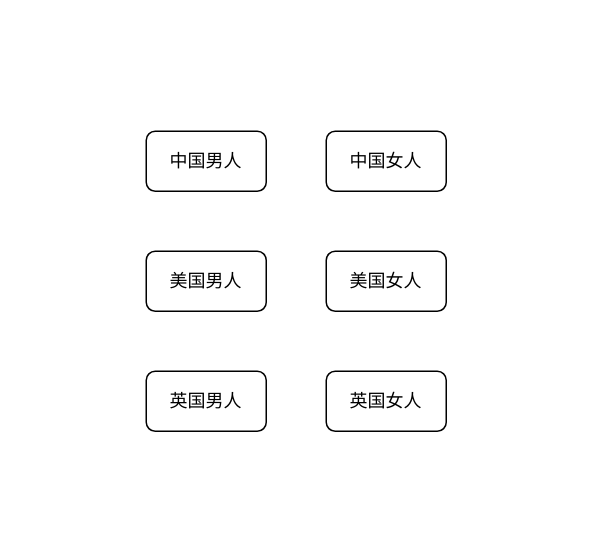
BIgConfused/draw_img keeps this draw.io diagram as GOF23/抽象工厂模式.drawio. Above is the earlier version. Source tidied: cells renumbered, new cells numbered last; positions are measured from the earlier drawing's top-left corner, leaving out a move shared by most shapes. Both pictures are drawn from the tidied source at 150%, with x=0, y=0 at pixel (146, 130).
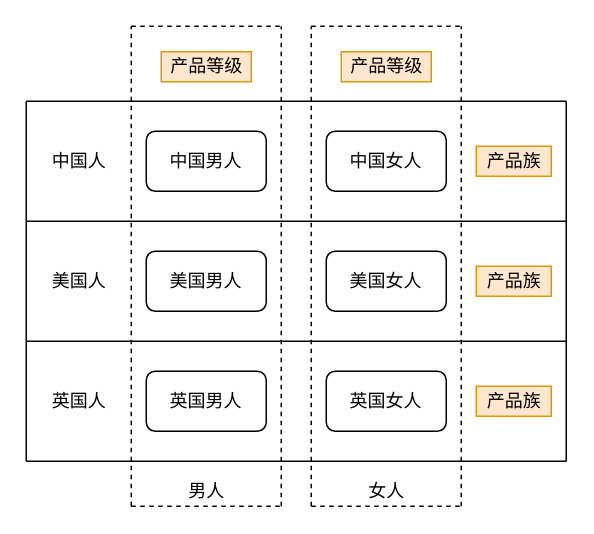
The same diagram, later.

Commit message (it also covers changes not shown here):
更新抽象工厂模式.drawio

Diff of the diagram source:
```diff
@@
+    <mxCell id="8" style="endArrow=none;dashed=1;html=1;" parent="1" edge="1">
+      <mxGeometry relative="1" as="geometry">
+        <mxPoint x="-10" y="250" as="sourcePoint" />
+        <mxPoint x="-10" y="-70" as="targetPoint" />
+      </mxGeometry>
+    </mxCell>
+    <mxCell id="9" style="endArrow=none;dashed=1;html=1;" parent="1" edge="1">
+      <mxGeometry relative="1" as="geometry">
+        <mxPoint x="-10" y="-70" as="sourcePoint" />
+        <mxPoint x="90" y="-70" as="targetPoint" />
+      </mxGeometry>
+    </mxCell>
+    <mxCell id="10" style="endArrow=none;dashed=1;html=1;" parent="1" edge="1">
+      <mxGeometry relative="1" as="geometry">
+        <mxPoint x="90" y="250" as="sourcePoint" />
+        <mxPoint x="90" y="-70" as="targetPoint" />
+      </mxGeometry>
+    </mxCell>
+    <mxCell id="11" style="endArrow=none;dashed=1;html=1;" parent="1" edge="1">
+      <mxGeometry relative="1" as="geometry">
+        <mxPoint x="-10" y="250" as="sourcePoint" />
+        <mxPoint x="90" y="250" as="targetPoint" />
+      </mxGeometry>
+    </mxCell>
+    <mxCell id="12" style="endArrow=none;dashed=1;html=1;" parent="1" edge="1">
+      <mxGeometry relative="1" as="geometry">
+        <mxPoint x="110" y="-70" as="sourcePoint" />
+        <mxPoint x="210" y="-70" as="targetPoint" />
+      </mxGeometry>
+    </mxCell>
+    <mxCell id="13" style="endArrow=none;dashed=1;html=1;" parent="1" edge="1">
+      <mxGeometry relative="1" as="geometry">
+        <mxPoint x="110" y="250" as="sourcePoint" />
+        <mxPoint x="110" y="-70" as="targetPoint" />
+      </mxGeometry>
+    </mxCell>
+    <mxCell id="14" style="endArrow=none;dashed=1;html=1;" parent="1" edge="1">
+      <mxGeometry relative="1" as="geometry">
+        <mxPoint x="210" y="250" as="sourcePoint" />
+        <mxPoint x="210" y="-70" as="targetPoint" />
+      </mxGeometry>
+    </mxCell>
+    <mxCell id="15" style="endArrow=none;dashed=1;html=1;" parent="1" edge="1">
+      <mxGeometry relative="1" as="geometry">
+        <mxPoint x="110" y="250" as="sourcePoint" />
+        <mxPoint x="210" y="250" as="targetPoint" />
+      </mxGeometry>
+    </mxCell>
+    <mxCell id="16" value="产品等级" style="text;html=1;align=center;verticalAlign=middle;fillColor=#ffe6cc;strokeColor=#d79b00;" parent="1" vertex="1">
+      <mxGeometry x="10" y="-53" width="60" height="20" as="geometry" />
+    </mxCell>
+    <mxCell id="17" value="产品等级" style="text;html=1;align=center;verticalAlign=middle;fillColor=#ffe6cc;strokeColor=#d79b00;" parent="1" vertex="1">
+      <mxGeometry x="130" y="-53" width="60" height="20" as="geometry" />
+    </mxCell>
+    <mxCell id="18" style="endArrow=none;html=1;" parent="1" edge="1">
+      <mxGeometry relative="1" as="geometry">
+        <mxPoint x="-80" y="-20" as="sourcePoint" />
+        <mxPoint x="280" y="-20" as="targetPoint" />
+      </mxGeometry>
+    </mxCell>
+    <mxCell id="19" style="endArrow=none;html=1;" parent="1" edge="1">
+      <mxGeometry relative="1" as="geometry">
+        <mxPoint x="-80" y="60" as="sourcePoint" />
+        <mxPoint x="280" y="60" as="targetPoint" />
+      </mxGeometry>
+    </mxCell>
+    <mxCell id="20" style="endArrow=none;html=1;" parent="1" edge="1">
+      <mxGeometry relative="1" as="geometry">
+        <mxPoint x="-80" y="140" as="sourcePoint" />
+        <mxPoint x="280" y="140" as="targetPoint" />
+      </mxGeometry>
+    </mxCell>
+    <mxCell id="21" style="endArrow=none;html=1;" parent="1" edge="1">
+      <mxGeometry relative="1" as="geometry">
+        <mxPoint x="-80" y="220" as="sourcePoint" />
+        <mxPoint x="280" y="220" as="targetPoint" />
+      </mxGeometry>
+    </mxCell>
+    <mxCell id="22" style="endArrow=none;html=1;" parent="1" edge="1">
+      <mxGeometry relative="1" as="geometry">
+        <mxPoint x="280" y="220" as="sourcePoint" />
+        <mxPoint x="280" y="-20" as="targetPoint" />
+      </mxGeometry>
+    </mxCell>
+    <mxCell id="23" style="endArrow=none;html=1;" parent="1" edge="1">
+      <mxGeometry relative="1" as="geometry">
+        <mxPoint x="-80" y="220" as="sourcePoint" />
+        <mxPoint x="-80" y="-20" as="targetPoint" />
+      </mxGeometry>
+    </mxCell>
+    <mxCell id="24" value="产品族" style="text;html=1;align=center;verticalAlign=middle;fillColor=#ffe6cc;strokeColor=#d79b00;" parent="1" vertex="1">
+      <mxGeometry x="220" y="10" width="50" height="20" as="geometry" />
+    </mxCell>
+    <mxCell id="25" value="产品族" style="text;html=1;align=center;verticalAlign=middle;fillColor=#ffe6cc;strokeColor=#d79b00;" parent="1" vertex="1">
+      <mxGeometry x="220" y="170" width="50" height="20" as="geometry" />
+    </mxCell>
+    <mxCell id="26" value="产品族" style="text;html=1;align=center;verticalAlign=middle;fillColor=#ffe6cc;strokeColor=#d79b00;" parent="1" vertex="1">
+      <mxGeometry x="220" y="90" width="50" height="20" as="geometry" />
+    </mxCell>
+    <mxCell id="27" value="中国人" style="text;html=1;align=center;verticalAlign=middle;" parent="1" vertex="1">
+      <mxGeometry x="-70" y="10" width="50" height="20" as="geometry" />
+    </mxCell>
+    <mxCell id="28" value="美国人" style="text;html=1;align=center;verticalAlign=middle;" parent="1" vertex="1">
+      <mxGeometry x="-70" y="90" width="50" height="20" as="geometry" />
+    </mxCell>
+    <mxCell id="29" value="英国人" style="text;html=1;align=center;verticalAlign=middle;" parent="1" vertex="1">
+      <mxGeometry x="-70" y="170" width="50" height="20" as="geometry" />
+    </mxCell>
+    <mxCell id="30" value="男人" style="text;html=1;align=center;verticalAlign=middle;" parent="1" vertex="1">
+      <mxGeometry x="20" y="230" width="40" height="20" as="geometry" />
+    </mxCell>
+    <mxCell id="31" value="女人" style="text;html=1;align=center;verticalAlign=middle;" parent="1" vertex="1">
+      <mxGeometry x="140" y="230" width="40" height="20" as="geometry" />
+    </mxCell>
```
